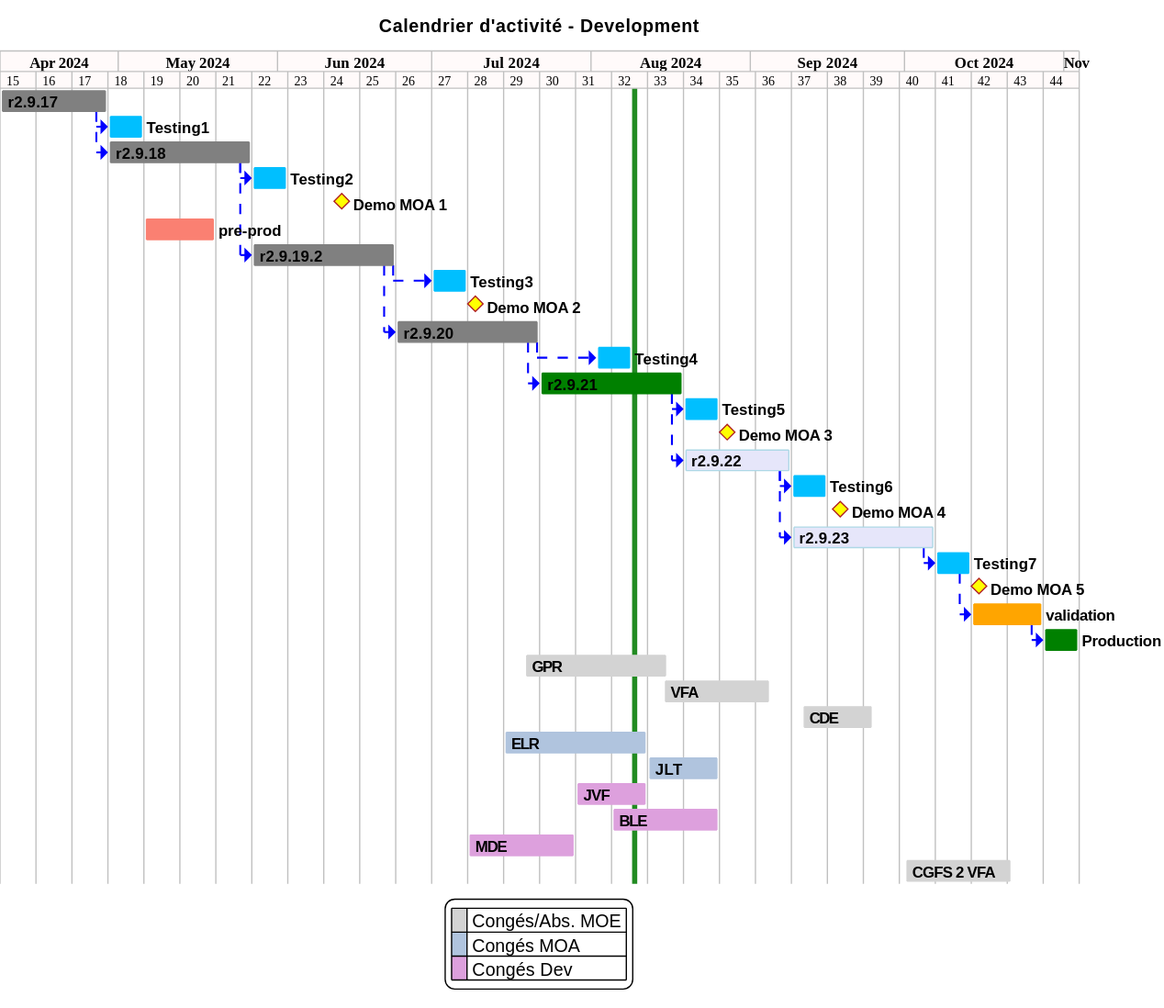
Above: projects/activity-calendar/not/images/refonte-activity-calendar-planning-sprints.svg in sumaris-net/sumaris-doc (PlantUML), before the change.
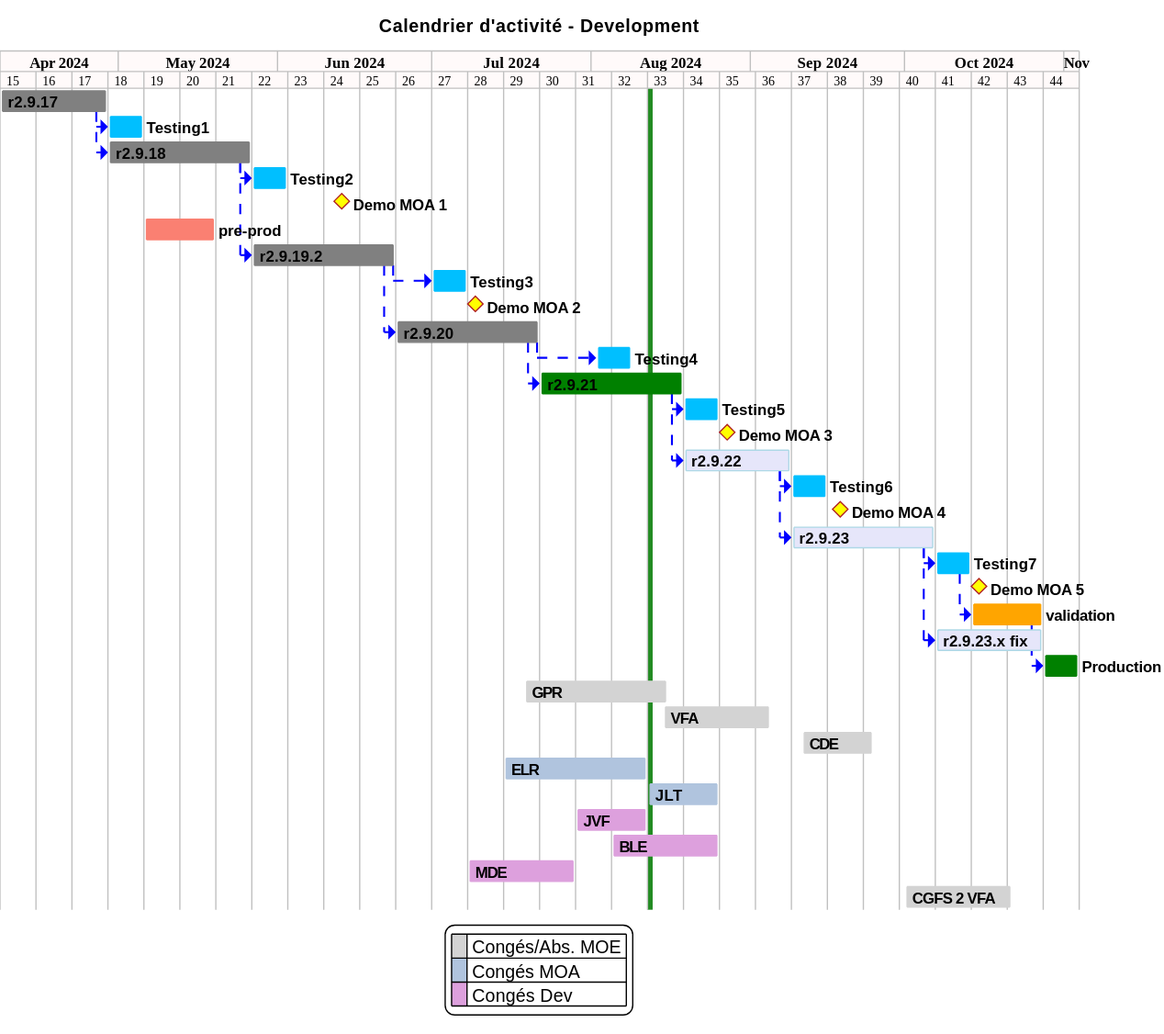
The same file after the commit.

The edit, as a diff of the source:
```diff
@@ -127,6 +127,10 @@
 [VAL] is colored in orange
 [Testing7]->[VAL]
 
+[r2.9.23.x fix] as [TASK8] requires 3 weeks and starts the 2th of September 2024
+[TASK8] is colored in Lavender/LightBlue
+[TASK7]->[TASK8]
+
 [Production] as [PROD] requires 1 week and starts the 25th of October 2024
 [PROD] is colored in green
 [VAL]->[PROD]
```
